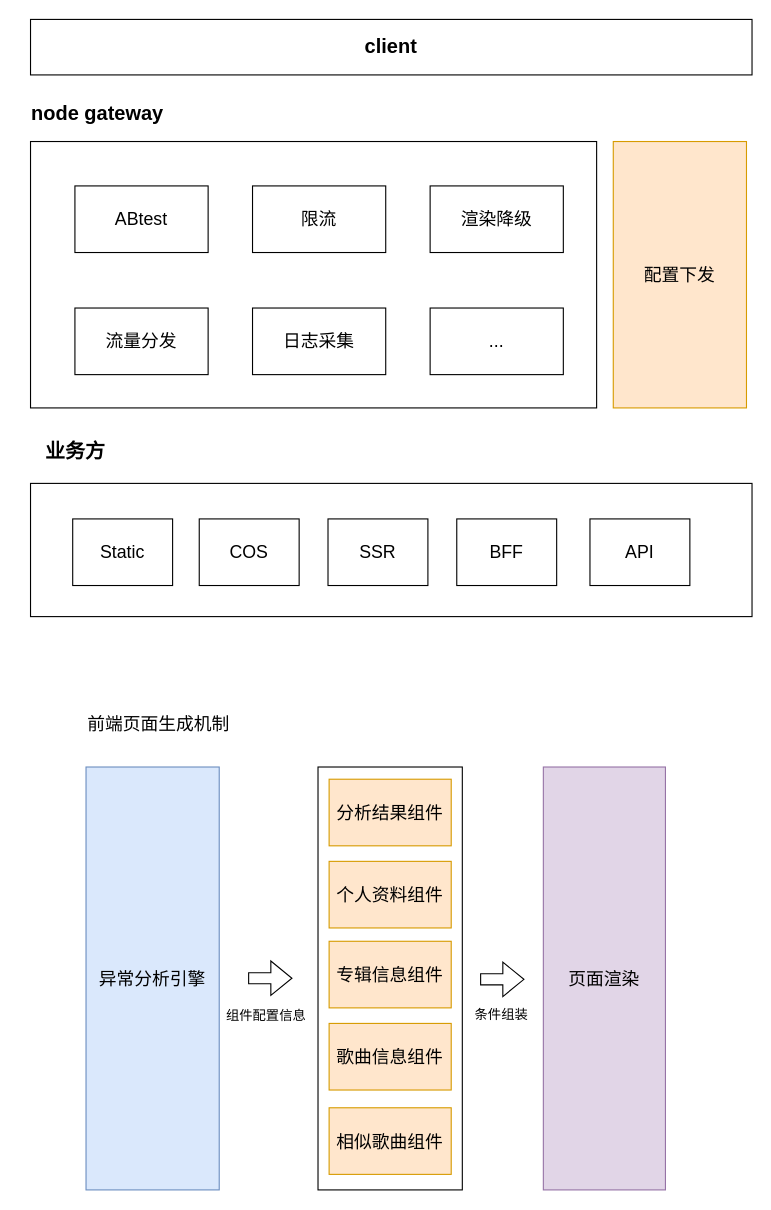
Before: page "MNG" (15 of 15) of static/ppt.drawio in maoliang2271/bigpipe-demo, a draw.io diagram. Source tidied: cells renumbered, new cells numbered last; positions are measured from the earlier drawing's top-left corner, leaving out a move shared by most shapes. Both pictures are drawn from the tidied source at 111%, with x=0, y=0 at pixel (19, 19).
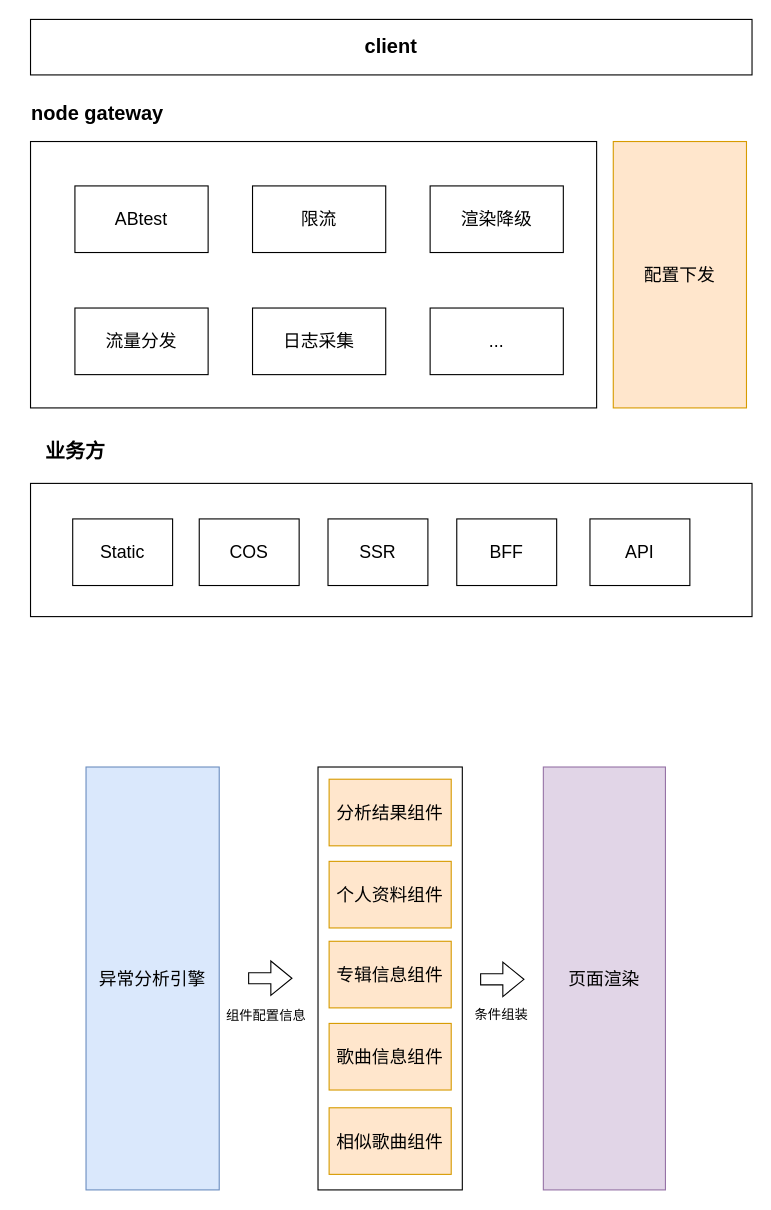
The same page after the edit.

The edit, as a diff of the source:
```diff
@@
-    <mxCell id="26" value="前端页面生成机制" style="text;html=1;align=center;verticalAlign=middle;strokeColor=none;fillColor=none;fontSize=16;" parent="1" vertex="1">
-      <mxGeometry x="50" y="620" width="150" height="30" as="geometry" />
-    </mxCell>
```
